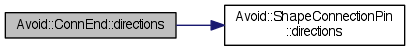
mjwybrow/adaptagrams keeps this Graphviz diagram as documentation/classAvoid_1_1ConnEnd_a62e361f05b7ef65f95162dc2c12d0e21_cgraph.png. Above is the earlier version. Its source is kept beside it as documentation/classAvoid_1_1ConnEnd_a62e361f05b7ef65f95162dc2c12d0e21_cgraph.dot.
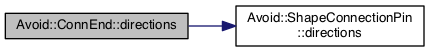
The same diagram one commit later.

The edit, as a diff of the source:
```diff
@@ -3,7 +3,7 @@
   edge [fontname="Helvetica",fontsize="10",labelfontname="Helvetica",labelfontsize="10"];
   node [fontname="Helvetica",fontsize="10",shape=record];
   rankdir="LR";
-  Node1 [label="Avoid::ConnEnd::directions",height=0.2,width=0.4,color="black", fillcolor="grey75", style="filled" fontcolor="black"];
+  Node1 [label="Avoid::ConnEnd::directions",height=0.2,width=0.4,color="black", fillcolor="grey75", style="filled", fontcolor="black"];
   Node1 -> Node2 [color="midnightblue",fontsize="10",style="solid",fontname="Helvetica"];
-  Node2 [label="Avoid::ShapeConnectionPin\l::directions",height=0.2,width=0.4,color="black", fillcolor="white", style="filled",URL="$classAvoid_1_1ShapeConnectionPin.html#a8e5f61ff9ea19d7f6f548aab60b9412b",tooltip="Returns the directions in which this connection pin has visibility."];
+  Node2 [label="Avoid::ShapeConnectionPin\l::directions",height=0.2,width=0.4,color="black", fillcolor="white", style="filled",URL="$classAvoid_1_1ShapeConnectionPin.html#a8e5f61ff9ea19d7f6f548aab60b9412b",tooltip="Returns the directions in which this connection pin has visibility. "];
 }
```
